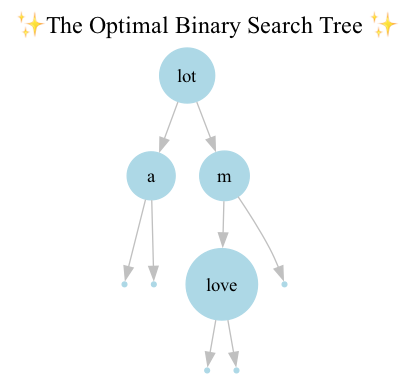
SharQawyCS/Optimal-Binary-Search-Tree keeps this Graphviz diagram as obst.png. Above is the earlier version. Its source is kept beside it as obst.dot.
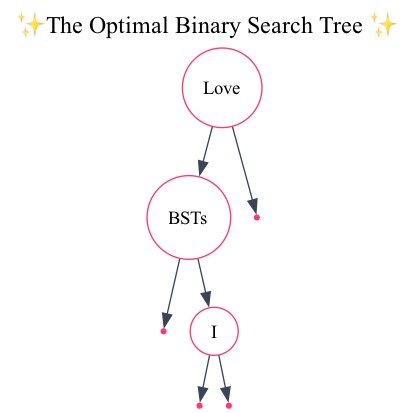
The same file after the commit.

What changed in the source:
```diff
@@ -2,20 +2,17 @@
   label="✨ The Optimal Binary Search Tree ✨";
   labelloc="t";
   fontsize=18;
-node [shape=circle, style=filled, color=lightblue, fontcolor=black, fontsize=14;
+node [shape=circle, style=solid, color="#FF3671", fontcolor=black, fontsize=14;
 ];
-edge [color=gray];
-  "lot" -> "a";
+edge [color="#3B4455"];
+  "Love" -> "BSTs";
   null0 [shape=point];
-  "a" -> null0;
+  "BSTs" -> null0;
+  "BSTs" -> "I";
   null1 [shape=point];
-  "a" -> null1;
-  "lot" -> "m";
-  "m" -> "love";
+  "I" -> null1;
   null2 [shape=point];
-  "love" -> null2;
+  "I" -> null2;
   null3 [shape=point];
-  "love" -> null3;
-  null4 [shape=point];
-  "m" -> null4;
+  "Love" -> null3;
 }
```
